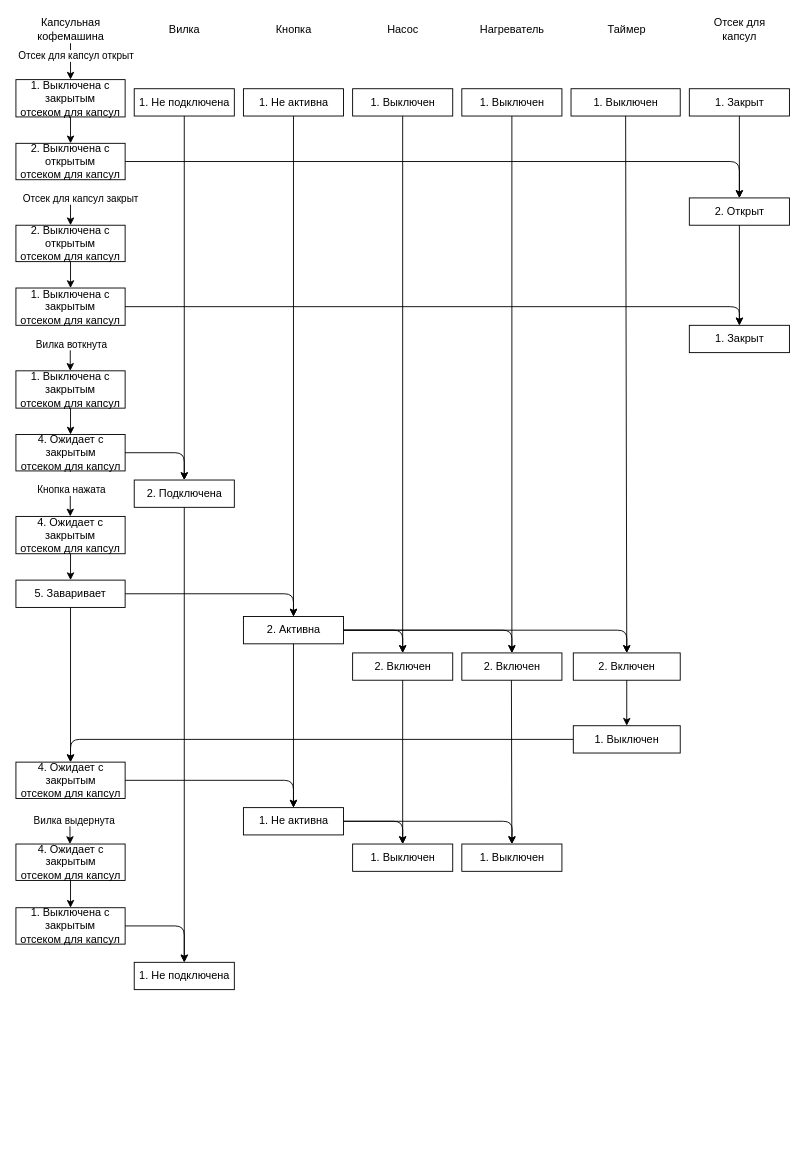
A-Alaxov/4_sem keeps this draw.io diagram as page "Каналы Управления" (4 of 6) of OOP/5/5.drawio. Above is the earlier version. Source tidied: cells renumbered, new cells numbered last; positions are measured from the earlier drawing's top-left corner, leaving out a move shared by most shapes. Both pictures are drawn from the tidied source at 91%, with x=0, y=0 at pixel (15, 15).
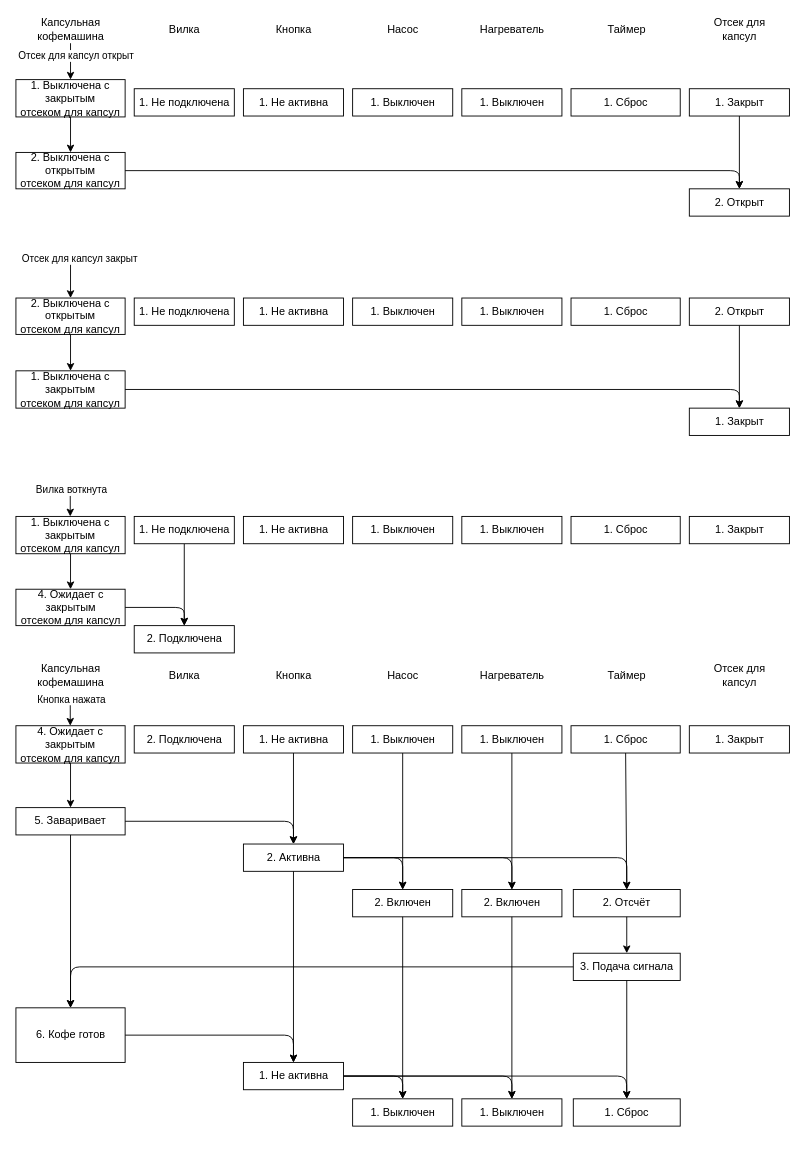
The same page after the edit.

The change refers to these unchanged cells:
```xml
<mxCell id="12" value="1. Не подключена" style="html=1;" parent="1" vertex="1">
  <mxGeometry x="130" y="80" width="110" height="30" as="geometry" />
</mxCell>
<mxCell id="13" value="1. Не активна" style="html=1;" parent="1" vertex="1">
  <mxGeometry x="250" y="80" width="110" height="30" as="geometry" />
</mxCell>
<mxCell id="14" value="1. Выключен" style="html=1;" parent="1" vertex="1">
  <mxGeometry x="370" y="80" width="110" height="30" as="geometry" />
</mxCell>
<mxCell id="52" value="1. Выключен" style="html=1;" parent="1" vertex="1">
  <mxGeometry x="490" y="80" width="110" height="30" as="geometry" />
</mxCell>
```

What changed in the source:
```diff
@@
-    <mxCell id="15" value="1. Выключен" style="html=1;" parent="1" vertex="1">
+    <mxCell id="15" value="1. Сброс" style="html=1;" parent="1" vertex="1">
       <mxGeometry x="610" y="80" width="120" height="30" as="geometry" />
     </mxCell>
@@
     <mxCell id="17" value="&lt;font style=&quot;font-size: 12px&quot;&gt;&lt;font style=&quot;font-size: 12px&quot;&gt;2. Выключена с открытым&lt;br&gt;отсеком для капсул&lt;br&gt;&lt;/font&gt;&lt;/font&gt;" style="rounded=0;whiteSpace=wrap;html=1;" parent="1" vertex="1">
-      <mxGeometry y="140" width="120" height="40" as="geometry" />
+      <mxGeometry y="150" width="120" height="40" as="geometry" />
     </mxCell>
@@
     <mxCell id="19" value="2. Открыт" style="html=1;" parent="1" vertex="1">
-      <mxGeometry x="740" y="200" width="110" height="30" as="geometry" />
+      <mxGeometry x="740" y="190" width="110" height="30" as="geometry" />
     </mxCell>
@@
     <mxCell id="21" value="2. Подключена" style="html=1;" parent="1" vertex="1">
-      <mxGeometry x="130" y="510" width="110" height="30" as="geometry" />
+      <mxGeometry x="130" y="670" width="110" height="30" as="geometry" />
     </mxCell>
-    <mxCell id="22" style="endArrow=classic;html=1;exitX=0.5;exitY=1;exitDx=0;exitDy=0;entryX=0.5;entryY=0;entryDx=0;entryDy=0;" parent="1" edge="1" source="12" target="21">
+    <mxCell id="22" style="endArrow=classic;html=1;exitX=0.5;exitY=1;exitDx=0;exitDy=0;entryX=0.5;entryY=0;entryDx=0;entryDy=0;" parent="1" edge="1" source="87" target="21">
       <mxGeometry relative="1" as="geometry" />
     </mxCell>
     <mxCell id="23" value="4. Ожидает с&lt;br&gt;закрытым&lt;br&gt;отсеком для капсул" style="html=1;" parent="1" vertex="1">
-      <mxGeometry y="460" width="120" height="40" as="geometry" />
+      <mxGeometry y="630" width="120" height="40" as="geometry" />
     </mxCell>
@@
     <mxCell id="25" value="2. Активна" style="html=1;" parent="1" vertex="1">
-      <mxGeometry x="250" y="660" width="110" height="30" as="geometry" />
+      <mxGeometry x="250" y="910" width="110" height="30" as="geometry" />
     </mxCell>
     <mxCell id="26" value="2. Включен" style="html=1;" parent="1" vertex="1">
-      <mxGeometry x="370" y="700" width="110" height="30" as="geometry" />
+      <mxGeometry x="370" y="960" width="110" height="30" as="geometry" />
     </mxCell>
-    <mxCell id="27" style="endArrow=classic;html=1;exitX=0.5;exitY=1;exitDx=0;exitDy=0;entryX=0.5;entryY=0;entryDx=0;entryDy=0;" parent="1" edge="1" source="14" target="26">
+    <mxCell id="27" style="endArrow=classic;html=1;exitX=0.5;exitY=1;exitDx=0;exitDy=0;entryX=0.5;entryY=0;entryDx=0;entryDy=0;" parent="1" edge="1" source="95" target="26">
       <mxGeometry relative="1" as="geometry" />
     </mxCell>
     <mxCell id="28" style="endArrow=classic;html=1;exitX=1;exitY=0.5;exitDx=0;exitDy=0;entryX=0.5;entryY=0;entryDx=0;entryDy=0;edgeStyle=orthogonalEdgeStyle;" parent="1" edge="1" source="25" target="26">
-      <mxGeometry relative="1" as="geometry" />
+      <mxGeometry relative="1" as="geometry">
+        <Array as="points">
+          <mxPoint x="425" y="925" />
+        </Array>
+      </mxGeometry>
     </mxCell>
     <mxCell id="29" value="5. Заваривает" style="rounded=0;whiteSpace=wrap;html=1;" parent="1" vertex="1">
-      <mxGeometry y="620" width="120" height="30" as="geometry" />
+      <mxGeometry y="870" width="120" height="30" as="geometry" />
     </mxCell>
@@
-    <mxCell id="31" style="endArrow=classic;html=1;exitX=0.5;exitY=1;exitDx=0;exitDy=0;entryX=0.5;entryY=0;entryDx=0;entryDy=0;" parent="1" edge="1" source="13" target="25">
+    <mxCell id="31" style="endArrow=classic;html=1;exitX=0.5;exitY=1;exitDx=0;exitDy=0;entryX=0.5;entryY=0;entryDx=0;entryDy=0;" parent="1" edge="1" source="94" target="25">
       <mxGeometry relative="1" as="geometry" />
     </mxCell>
-    <mxCell id="32" value="2. Включен" style="html=1;" parent="1" vertex="1">
-      <mxGeometry x="612.5" y="700" width="117.5" height="30" as="geometry" />
+    <mxCell id="32" value="2. Отсчёт" style="html=1;" parent="1" vertex="1">
+      <mxGeometry x="612.5" y="960" width="117.5" height="30" as="geometry" />
     </mxCell>
-    <mxCell id="33" style="endArrow=classic;html=1;exitX=0.5;exitY=1;exitDx=0;exitDy=0;entryX=0.5;entryY=0;entryDx=0;entryDy=0;" parent="1" edge="1" source="15" target="32">
+    <mxCell id="33" style="endArrow=classic;html=1;exitX=0.5;exitY=1;exitDx=0;exitDy=0;entryX=0.5;entryY=0;entryDx=0;entryDy=0;" parent="1" edge="1" source="97" target="32">
       <mxGeometry relative="1" as="geometry" />
     </mxCell>
-    <mxCell id="34" value="4. Ожидает с&lt;br&gt;закрытым&lt;br&gt;отсеком для капсул" style="html=1;" parent="1" vertex="1">
-      <mxGeometry y="820" width="120" height="40" as="geometry" />
+    <mxCell id="34" value="6. Кофе готов" style="html=1;" parent="1" vertex="1">
+      <mxGeometry y="1090" width="120" height="60" as="geometry" />
     </mxCell>
@@
     <mxCell id="36" value="1. Не активна" style="html=1;" parent="1" vertex="1">
-      <mxGeometry x="250" y="870" width="110" height="30" as="geometry" />
+      <mxGeometry x="250" y="1150" width="110" height="30" as="geometry" />
     </mxCell>
@@
-    <mxCell id="38" value="1. Выключен" style="html=1;" parent="1" vertex="1">
-      <mxGeometry x="612.5" y="780" width="117.5" height="30" as="geometry" />
+    <mxCell id="38" value="3. Подача сигнала" style="html=1;" parent="1" vertex="1">
+      <mxGeometry x="612.5" y="1030" width="117.5" height="30" as="geometry" />
     </mxCell>
@@
     <mxCell id="40" value="1. Выключен" style="html=1;" parent="1" vertex="1">
-      <mxGeometry x="370" y="910" width="110" height="30" as="geometry" />
+      <mxGeometry x="370" y="1190" width="110" height="30" as="geometry" />
     </mxCell>
@@
     <mxCell id="42" style="endArrow=classic;html=1;exitX=1;exitY=0.5;exitDx=0;exitDy=0;entryX=0.5;entryY=0;entryDx=0;entryDy=0;edgeStyle=orthogonalEdgeStyle;" parent="1" edge="1" source="36" target="40">
-      <mxGeometry relative="1" as="geometry" />
+      <mxGeometry relative="1" as="geometry">
+        <Array as="points">
+          <mxPoint x="425" y="1165" />
+        </Array>
+      </mxGeometry>
     </mxCell>
@@
-    <mxCell id="44" value="1. Не подключена" style="html=1;" parent="1" vertex="1">
-      <mxGeometry x="130" y="1040" width="110" height="30" as="geometry" />
-    </mxCell>
-    <mxCell id="45" style="endArrow=classic;html=1;entryX=0.5;entryY=0;entryDx=0;entryDy=0;exitX=0.5;exitY=1;exitDx=0;exitDy=0;" parent="1" edge="1" source="21" target="44">
-      <mxGeometry relative="1" as="geometry" />
-    </mxCell>
-    <mxCell id="46" value="&lt;font style=&quot;font-size: 12px&quot;&gt;&lt;font style=&quot;font-size: 12px&quot;&gt;1. Выключена с закрытым&lt;br&gt;отсеком для капсул&lt;br&gt;&lt;/font&gt;&lt;/font&gt;" style="rounded=0;whiteSpace=wrap;html=1;" parent="1" vertex="1">
-      <mxGeometry y="980" width="120" height="40" as="geometry" />
-    </mxCell>
-    <mxCell id="47" style="endArrow=classic;html=1;exitX=0.5;exitY=1;exitDx=0;exitDy=0;entryX=0.5;entryY=0;entryDx=0;entryDy=0;exitPerimeter=0;" parent="1" edge="1" source="77" target="46">
-      <mxGeometry relative="1" as="geometry" />
-    </mxCell>
-    <mxCell id="48" style="endArrow=classic;html=1;exitX=1;exitY=0.5;exitDx=0;exitDy=0;entryX=0.5;entryY=0;entryDx=0;entryDy=0;edgeStyle=orthogonalEdgeStyle;" parent="1" edge="1" source="17" target="19">
+    <mxCell id="48" style="endArrow=classic;html=1;entryX=0.5;entryY=0;entryDx=0;entryDy=0;edgeStyle=orthogonalEdgeStyle;exitX=1;exitY=0.5;exitDx=0;exitDy=0;" parent="1" edge="1" source="17" target="19">
       <mxGeometry relative="1" as="geometry" />
     </mxCell>
     <mxCell id="49" style="endArrow=classic;html=1;exitX=1;exitY=0.5;exitDx=0;exitDy=0;entryX=0.5;entryY=0;entryDx=0;entryDy=0;edgeStyle=orthogonalEdgeStyle;" parent="1" edge="1" source="29" target="25">
-      <mxGeometry relative="1" as="geometry" />
+      <mxGeometry relative="1" as="geometry">
+        <Array as="points">
+          <mxPoint x="305" y="885" />
+        </Array>
+      </mxGeometry>
     </mxCell>
-    <mxCell id="50" style="endArrow=classic;html=1;exitX=1;exitY=0.5;exitDx=0;exitDy=0;entryX=0.5;entryY=0;entryDx=0;entryDy=0;edgeStyle=orthogonalEdgeStyle;" parent="1" edge="1" source="34" target="36">
-      <mxGeometry relative="1" as="geometry" />
+    <mxCell id="50" style="endArrow=classic;html=1;entryX=0.5;entryY=0;entryDx=0;entryDy=0;edgeStyle=orthogonalEdgeStyle;exitX=1;exitY=0.5;exitDx=0;exitDy=0;" parent="1" edge="1" source="34" target="36">
+      <mxGeometry relative="1" as="geometry">
+        <Array as="points">
+          <mxPoint x="305" y="1120" />
+        </Array>
+      </mxGeometry>
     </mxCell>
-    <mxCell id="51" style="endArrow=classic;html=1;exitX=1;exitY=0.5;exitDx=0;exitDy=0;entryX=0.5;entryY=0;entryDx=0;entryDy=0;edgeStyle=orthogonalEdgeStyle;" parent="1" edge="1" source="46" target="44">
-      <mxGeometry relative="1" as="geometry" />
-    </mxCell>
@@
     <mxCell id="53" value="2. Включен" style="html=1;" parent="1" vertex="1">
-      <mxGeometry x="490" y="700" width="110" height="30" as="geometry" />
+      <mxGeometry x="490" y="960" width="110" height="30" as="geometry" />
     </mxCell>
     <mxCell id="54" value="1. Выключен" style="html=1;" parent="1" vertex="1">
-      <mxGeometry x="490" y="910" width="110" height="30" as="geometry" />
+      <mxGeometry x="490" y="1190" width="110" height="30" as="geometry" />
     </mxCell>
     <mxCell id="55" style="endArrow=classic;html=1;exitX=1;exitY=0.5;exitDx=0;exitDy=0;entryX=0.5;entryY=0;entryDx=0;entryDy=0;edgeStyle=orthogonalEdgeStyle;" parent="1" edge="1" source="25" target="53">
-      <mxGeometry relative="1" as="geometry" />
+      <mxGeometry relative="1" as="geometry">
+        <Array as="points">
+          <mxPoint x="545" y="925" />
+        </Array>
+      </mxGeometry>
     </mxCell>
     <mxCell id="56" style="endArrow=classic;html=1;exitX=1;exitY=0.5;exitDx=0;exitDy=0;entryX=0.5;entryY=0;entryDx=0;entryDy=0;edgeStyle=orthogonalEdgeStyle;" parent="1" edge="1" source="25" target="32">
-      <mxGeometry relative="1" as="geometry" />
+      <mxGeometry relative="1" as="geometry">
+        <Array as="points">
+          <mxPoint x="671" y="925" />
+        </Array>
+      </mxGeometry>
     </mxCell>
     <mxCell id="57" value="1. Закрыт" style="html=1;" parent="1" vertex="1">
-      <mxGeometry x="740" y="340" width="110" height="30" as="geometry" />
+      <mxGeometry x="740" y="431" width="110" height="30" as="geometry" />
     </mxCell>
-    <mxCell id="58" style="endArrow=classic;html=1;exitX=0.5;exitY=1;exitDx=0;exitDy=0;entryX=0.5;entryY=0;entryDx=0;entryDy=0;" parent="1" edge="1" source="19" target="57">
+    <mxCell id="58" style="endArrow=classic;html=1;exitX=0.5;exitY=1;exitDx=0;exitDy=0;entryX=0.5;entryY=0;entryDx=0;entryDy=0;" parent="1" edge="1" source="80" target="57">
       <mxGeometry relative="1" as="geometry" />
     </mxCell>
     <mxCell id="59" value="&lt;font style=&quot;font-size: 12px&quot;&gt;&lt;font style=&quot;font-size: 12px&quot;&gt;1. Выключена с закрытым&lt;br&gt;отсеком для капсул&lt;br&gt;&lt;/font&gt;&lt;/font&gt;" style="rounded=0;whiteSpace=wrap;html=1;" parent="1" vertex="1">
-      <mxGeometry y="299" width="120" height="41" as="geometry" />
+      <mxGeometry y="390" width="120" height="41" as="geometry" />
     </mxCell>
@@
-    <mxCell id="65" style="endArrow=classic;html=1;exitX=1;exitY=0.5;exitDx=0;exitDy=0;edgeStyle=orthogonalEdgeStyle;" parent="1" edge="1" source="36">
+    <mxCell id="65" style="endArrow=classic;html=1;exitX=1;exitY=0.5;exitDx=0;exitDy=0;edgeStyle=orthogonalEdgeStyle;entryX=0.5;entryY=0;entryDx=0;entryDy=0;" parent="1" edge="1" source="36" target="54">
       <mxGeometry relative="1" as="geometry">
-        <mxPoint x="545" y="910" as="targetPoint" />
+        <Array as="points">
+          <mxPoint x="545" y="1165" />
+        </Array>
       </mxGeometry>
     </mxCell>
-    <mxCell id="66" style="endArrow=classic;html=1;exitX=0.5;exitY=1;exitDx=0;exitDy=0;entryX=0.5;entryY=0;entryDx=0;entryDy=0;" parent="1" edge="1" source="52" target="53">
+    <mxCell id="66" style="endArrow=classic;html=1;exitX=0.5;exitY=1;exitDx=0;exitDy=0;entryX=0.5;entryY=0;entryDx=0;entryDy=0;" parent="1" edge="1" source="96" target="53">
       <mxGeometry relative="1" as="geometry" />
     </mxCell>
-    <mxCell id="67" style="endArrow=classic;html=1;exitX=0.5;exitY=1;exitDx=0;exitDy=0;entryX=0.5;entryY=0;entryDx=0;entryDy=0;" parent="1" edge="1" target="54">
-      <mxGeometry relative="1" as="geometry">
-        <mxPoint x="544.5" y="730" as="sourcePoint" />
-      </mxGeometry>
+    <mxCell id="67" style="endArrow=classic;html=1;exitX=0.5;exitY=1;exitDx=0;exitDy=0;entryX=0.5;entryY=0;entryDx=0;entryDy=0;" parent="1" edge="1" source="53" target="54">
+      <mxGeometry relative="1" as="geometry" />
     </mxCell>
     <mxCell id="68" value="&lt;font style=&quot;font-size: 12px&quot;&gt;&lt;font style=&quot;font-size: 12px&quot;&gt;2. Выключена с открытым&lt;br&gt;отсеком для капсул&lt;br&gt;&lt;/font&gt;&lt;/font&gt;" style="rounded=0;whiteSpace=wrap;html=1;" parent="1" vertex="1">
-      <mxGeometry y="230" width="120" height="40" as="geometry" />
+      <mxGeometry y="310" width="120" height="40" as="geometry" />
     </mxCell>
     <mxCell id="69" style="endArrow=classic;html=1;entryX=0.5;entryY=0;entryDx=0;entryDy=0;" parent="1" edge="1" target="68">
       <mxGeometry relative="1" as="geometry">
-        <mxPoint x="60" y="200" as="sourcePoint" />
+        <mxPoint x="60" y="270" as="sourcePoint" />
       </mxGeometry>
     </mxCell>
     <mxCell id="70" value="&lt;div&gt;Отсек для капсул закрыт&lt;/div&gt;" style="edgeLabel;html=1;align=center;verticalAlign=middle;" parent="1" vertex="1">
-      <mxGeometry x="70" y="200" as="geometry" />
+      <mxGeometry x="70" y="200" as="geometry">
+        <mxPoint x="-1" y="66" as="offset" />
+      </mxGeometry>
     </mxCell>
     <mxCell id="71" value="&lt;font style=&quot;font-size: 12px&quot;&gt;&lt;font style=&quot;font-size: 12px&quot;&gt;1. Выключена с закрытым&lt;br&gt;отсеком для капсул&lt;br&gt;&lt;/font&gt;&lt;/font&gt;" style="rounded=0;whiteSpace=wrap;html=1;" parent="1" vertex="1">
-      <mxGeometry y="390" width="120" height="41" as="geometry" />
+      <mxGeometry y="550" width="120" height="41" as="geometry" />
     </mxCell>
     <mxCell id="72" style="endArrow=classic;html=1;entryX=0.5;entryY=0;entryDx=0;entryDy=0;" parent="1" edge="1">
       <mxGeometry relative="1" as="geometry">
-        <mxPoint x="59.7" y="360" as="sourcePoint" />
-        <mxPoint x="59.7" y="390" as="targetPoint" />
+        <mxPoint x="59.7" y="520" as="sourcePoint" />
+        <mxPoint x="59.7" y="550" as="targetPoint" />
       </mxGeometry>
     </mxCell>
     <mxCell id="73" value="&lt;div&gt;Вилка воткнута&lt;/div&gt;" style="edgeLabel;html=1;align=center;verticalAlign=middle;" parent="1" vertex="1">
-      <mxGeometry x="60" y="360" as="geometry" />
+      <mxGeometry x="60" y="520" as="geometry" />
     </mxCell>
     <mxCell id="74" value="&lt;font style=&quot;font-size: 12px&quot;&gt;&lt;font style=&quot;font-size: 12px&quot;&gt;&lt;span&gt;4. Ожидает с&lt;/span&gt;&lt;br&gt;&lt;span&gt;закрытым&lt;/span&gt;&lt;br&gt;&lt;span&gt;отсеком для капсул&lt;/span&gt;&lt;br&gt;&lt;/font&gt;&lt;/font&gt;" style="rounded=0;whiteSpace=wrap;html=1;" parent="1" vertex="1">
-      <mxGeometry y="550" width="120" height="41" as="geometry" />
+      <mxGeometry y="780" width="120" height="41" as="geometry" />
     </mxCell>
     <mxCell id="75" style="endArrow=classic;html=1;entryX=0.5;entryY=0;entryDx=0;entryDy=0;" parent="1" edge="1">
       <mxGeometry relative="1" as="geometry">
-        <mxPoint x="59.7" y="520" as="sourcePoint" />
-        <mxPoint x="59.7" y="550" as="targetPoint" />
+        <mxPoint x="59.7" y="750" as="sourcePoint" />
+        <mxPoint x="59.7" y="780" as="targetPoint" />
       </mxGeometry>
     </mxCell>
     <mxCell id="76" value="&lt;div&gt;Кнопка нажата&lt;/div&gt;" style="edgeLabel;html=1;align=center;verticalAlign=middle;" parent="1" vertex="1">
-      <mxGeometry x="60" y="520" as="geometry" />
+      <mxGeometry x="60" y="750" as="geometry" />
     </mxCell>
-    <mxCell id="77" value="4. Ожидает с&lt;br&gt;закрытым&lt;br&gt;отсеком для капсул" style="html=1;" parent="1" vertex="1">
-      <mxGeometry y="910" width="120" height="40" as="geometry" />
-    </mxCell>
-    <mxCell id="78" style="endArrow=classic;html=1;entryX=0.5;entryY=0;entryDx=0;entryDy=0;" parent="1" edge="1">
-      <mxGeometry relative="1" as="geometry">
-        <mxPoint x="59.4" y="880" as="sourcePoint" />
-        <mxPoint x="59.4" y="910" as="targetPoint" />
-      </mxGeometry>
-    </mxCell>
-    <mxCell id="79" value="&lt;div&gt;Вилка выдернута&lt;/div&gt;" style="edgeLabel;html=1;align=center;verticalAlign=middle;" parent="1" vertex="1">
-      <mxGeometry x="70" y="885" as="geometry">
-        <mxPoint x="-7" y="-2" as="offset" />
-      </mxGeometry>
-    </mxCell>
+    <mxCell id="80" value="2. Открыт" style="html=1;" parent="1" vertex="1">
+      <mxGeometry x="740" y="310" width="110" height="30" as="geometry" />
+    </mxCell>
+    <mxCell id="81" style="endArrow=classic;html=1;exitX=0.5;exitY=1;exitDx=0;exitDy=0;entryX=0.5;entryY=0;entryDx=0;entryDy=0;" parent="1" edge="1" target="80">
+      <mxGeometry relative="1" as="geometry">
+        <mxPoint x="795" y="310" as="sourcePoint" />
+      </mxGeometry>
+    </mxCell>
+    <mxCell id="82" value="1. Сброс" style="html=1;" parent="1" vertex="1">
+      <mxGeometry x="610" y="310" width="120" height="30" as="geometry" />
+    </mxCell>
+    <mxCell id="83" value="1. Выключен" style="html=1;" parent="1" vertex="1">
+      <mxGeometry x="490" y="310" width="110" height="30" as="geometry" />
+    </mxCell>
+    <mxCell id="84" value="1. Выключен" style="html=1;" parent="1" vertex="1">
+      <mxGeometry x="370" y="310" width="110" height="30" as="geometry" />
+    </mxCell>
+    <mxCell id="85" value="1. Не активна" style="html=1;" parent="1" vertex="1">
+      <mxGeometry x="250" y="310" width="110" height="30" as="geometry" />
+    </mxCell>
+    <mxCell id="86" value="1. Не подключена" style="html=1;" parent="1" vertex="1">
+      <mxGeometry x="130" y="310" width="110" height="30" as="geometry" />
+    </mxCell>
+    <mxCell id="87" value="1. Не подключена" style="html=1;" parent="1" vertex="1">
+      <mxGeometry x="130" y="550" width="110" height="30" as="geometry" />
+    </mxCell>
+    <mxCell id="88" value="1. Не активна" style="html=1;" parent="1" vertex="1">
+      <mxGeometry x="250" y="550" width="110" height="30" as="geometry" />
+    </mxCell>
+    <mxCell id="89" value="1. Выключен" style="html=1;" parent="1" vertex="1">
+      <mxGeometry x="370" y="550" width="110" height="30" as="geometry" />
+    </mxCell>
+    <mxCell id="90" value="1. Выключен" style="html=1;" parent="1" vertex="1">
+      <mxGeometry x="490" y="550" width="110" height="30" as="geometry" />
+    </mxCell>
+    <mxCell id="91" value="1. Сброс" style="html=1;" parent="1" vertex="1">
+      <mxGeometry x="610" y="550" width="120" height="30" as="geometry" />
+    </mxCell>
+    <mxCell id="92" value="1. Закрыт" style="html=1;" parent="1" vertex="1">
+      <mxGeometry x="740" y="550" width="110" height="30" as="geometry" />
+    </mxCell>
+    <mxCell id="93" value="2. Подключена" style="html=1;" parent="1" vertex="1">
+      <mxGeometry x="130" y="780" width="110" height="30" as="geometry" />
+    </mxCell>
+    <mxCell id="94" value="1. Не активна" style="html=1;" parent="1" vertex="1">
+      <mxGeometry x="250" y="780" width="110" height="30" as="geometry" />
+    </mxCell>
+    <mxCell id="95" value="1. Выключен" style="html=1;" parent="1" vertex="1">
+      <mxGeometry x="370" y="780" width="110" height="30" as="geometry" />
+    </mxCell>
+    <mxCell id="96" value="1. Выключен" style="html=1;" parent="1" vertex="1">
+      <mxGeometry x="490" y="780" width="110" height="30" as="geometry" />
+    </mxCell>
+    <mxCell id="97" value="1. Сброс" style="html=1;" parent="1" vertex="1">
+      <mxGeometry x="610" y="780" width="120" height="30" as="geometry" />
+    </mxCell>
+    <mxCell id="98" value="1. Закрыт" style="html=1;" parent="1" vertex="1">
+      <mxGeometry x="740" y="780" width="110" height="30" as="geometry" />
+    </mxCell>
+    <mxCell id="99" value="1. Сброс" style="html=1;" parent="1" vertex="1">
+      <mxGeometry x="612.5" y="1190" width="117.5" height="30" as="geometry" />
+    </mxCell>
+    <mxCell id="100" style="endArrow=classic;html=1;exitX=0.5;exitY=1;exitDx=0;exitDy=0;entryX=0.5;entryY=0;entryDx=0;entryDy=0;" parent="1" edge="1" source="38" target="99">
+      <mxGeometry relative="1" as="geometry" />
+    </mxCell>
+    <mxCell id="101" value="Капсульная&lt;br&gt;кофемашина" style="text;html=1;align=center;verticalAlign=middle;strokeColor=none;" parent="1" vertex="1">
+      <mxGeometry x="15" y="710" width="90" height="30" as="geometry" />
+    </mxCell>
+    <mxCell id="102" value="Вилка" style="text;html=1;align=center;verticalAlign=middle;strokeColor=none;" parent="1" vertex="1">
+      <mxGeometry x="160" y="715" width="50" height="20" as="geometry" />
+    </mxCell>
+    <mxCell id="103" value="Кнопка" style="text;html=1;align=center;verticalAlign=middle;strokeColor=none;" parent="1" vertex="1">
+      <mxGeometry x="280" y="715" width="50" height="20" as="geometry" />
+    </mxCell>
+    <mxCell id="104" value="Насос" style="text;html=1;align=center;verticalAlign=middle;strokeColor=none;" parent="1" vertex="1">
+      <mxGeometry x="400" y="715" width="50" height="20" as="geometry" />
+    </mxCell>
+    <mxCell id="105" value="Нагреватель" style="text;html=1;align=center;verticalAlign=middle;strokeColor=none;" parent="1" vertex="1">
+      <mxGeometry x="500" y="715" width="90" height="20" as="geometry" />
+    </mxCell>
+    <mxCell id="106" value="Таймер" style="text;html=1;align=center;verticalAlign=middle;strokeColor=none;" parent="1" vertex="1">
+      <mxGeometry x="641.2" y="715" width="60" height="20" as="geometry" />
+    </mxCell>
+    <mxCell id="107" value="Отсек для&lt;br&gt;капсул" style="text;html=1;align=center;verticalAlign=middle;strokeColor=none;" parent="1" vertex="1">
+      <mxGeometry x="760" y="710" width="70" height="30" as="geometry" />
+    </mxCell>
+    <mxCell id="108" style="endArrow=classic;html=1;exitX=1;exitY=0.5;exitDx=0;exitDy=0;entryX=0.5;entryY=0;entryDx=0;entryDy=0;" parent="1" edge="1" source="36" target="99">
+      <mxGeometry relative="1" as="geometry">
+        <Array as="points">
+          <mxPoint x="671" y="1165" />
+        </Array>
+      </mxGeometry>
+    </mxCell>
```
